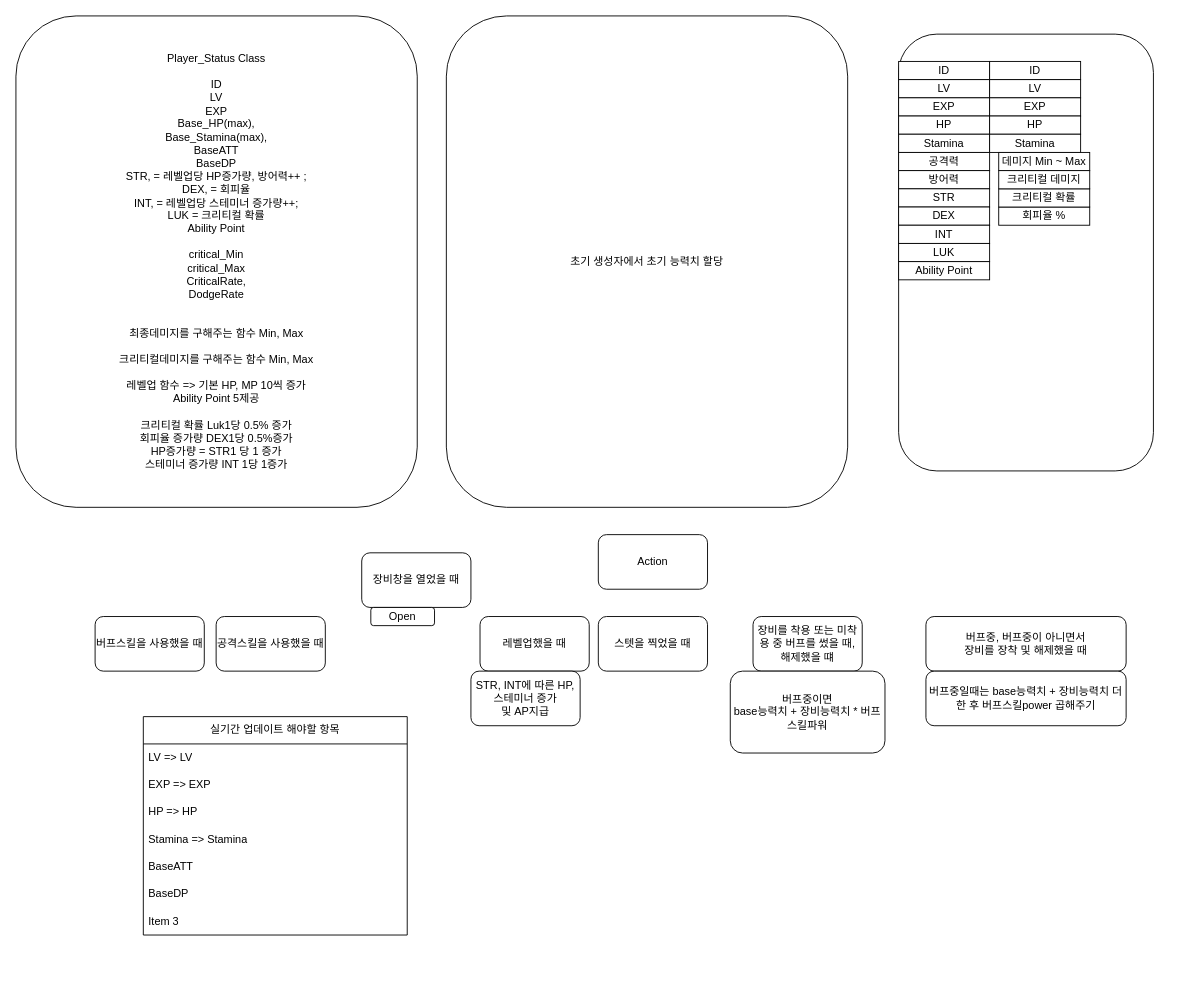
Above: 다이어그램/플레이어 Status.drawio in steelfs/JY (draw.io), before the change. Source tidied: cells renumbered, new cells numbered last; positions are measured from the earlier drawing's top-left corner, leaving out a move shared by most shapes. Both pictures are drawn from the tidied source at 91%, with x=0, y=0 at pixel (15, 15).
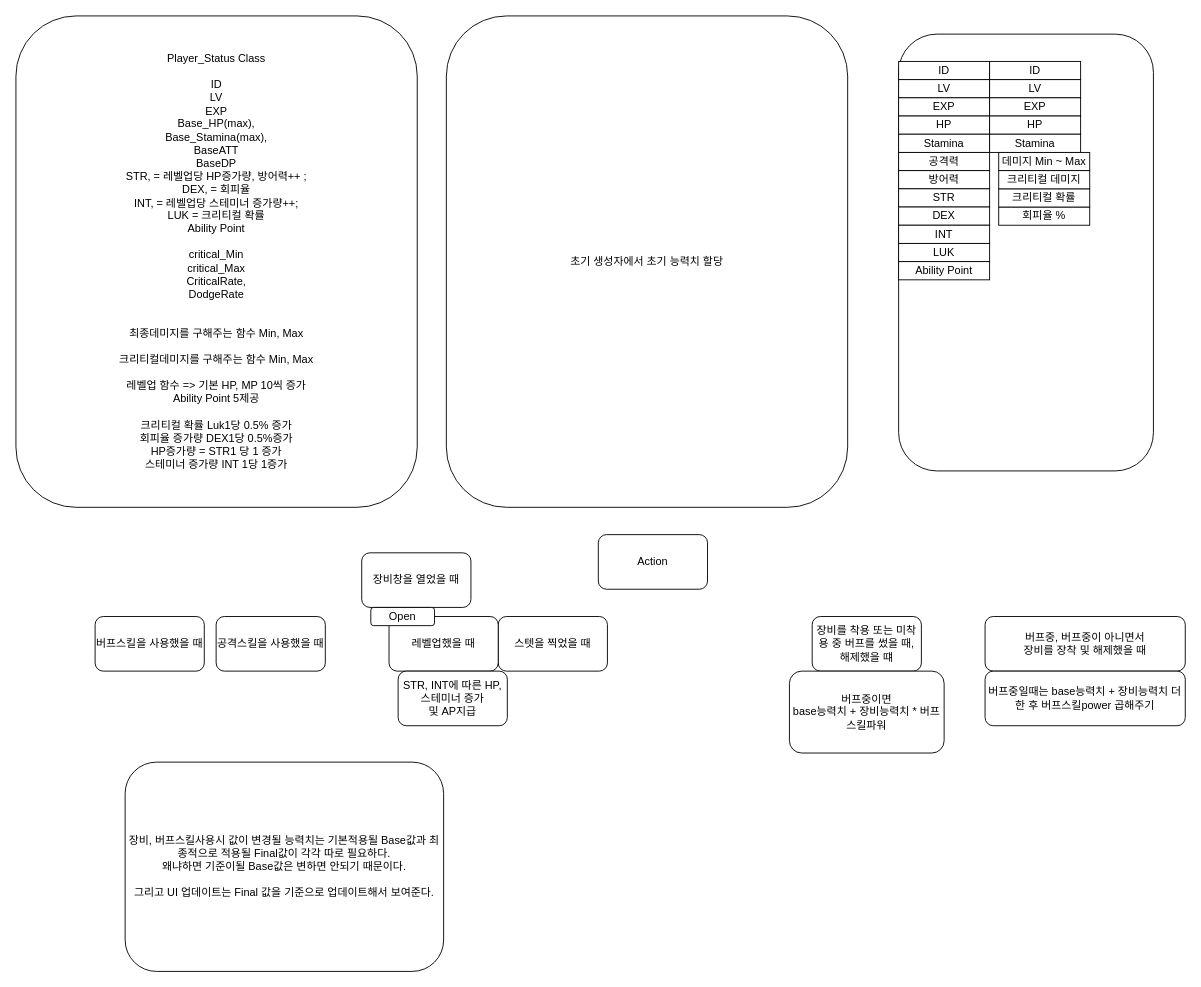
The same page after the edit.

Change to the diagram source:
```diff
@@
     <mxCell id="28" value="스텟을 찍었을 때" style="rounded=1;whiteSpace=wrap;html=1;" parent="1" vertex="1">
-      <mxGeometry x="640" y="660" width="120" height="60" as="geometry" />
+      <mxGeometry x="530" y="660" width="120" height="60" as="geometry" />
     </mxCell>
     <mxCell id="29" value="장비를 착용 또는 미착용 중 버프를 썼을 때, 해제했을 떄" style="rounded=1;whiteSpace=wrap;html=1;" parent="1" vertex="1">
-      <mxGeometry x="810" y="660" width="120" height="60" as="geometry" />
+      <mxGeometry x="875" y="660" width="120" height="60" as="geometry" />
     </mxCell>
     <mxCell id="30" value="버프중, 버프중이 아니면서&lt;br&gt;장비를 장착 및 해제했을 때" style="rounded=1;whiteSpace=wrap;html=1;" parent="1" vertex="1">
-      <mxGeometry x="1000" y="660" width="220" height="60" as="geometry" />
+      <mxGeometry x="1065" y="660" width="220" height="60" as="geometry" />
     </mxCell>
     <mxCell id="31" value="레벨업했을 때" style="rounded=1;whiteSpace=wrap;html=1;" parent="1" vertex="1">
-      <mxGeometry x="510" y="660" width="120" height="60" as="geometry" />
+      <mxGeometry x="410" y="660" width="120" height="60" as="geometry" />
     </mxCell>
@@
-    <mxCell id="34" value="실기간 업데이트 해야할 항목" style="swimlane;fontStyle=0;horizontal=1;startSize=30;whiteSpace=wrap;html=1;" parent="1" vertex="1">
-      <mxGeometry x="140" y="770" width="290" height="240" as="geometry" />
-    </mxCell>
-    <mxCell id="35" value="LV =&amp;gt; LV" style="text;strokeColor=none;fillColor=none;align=left;verticalAlign=middle;spacingLeft=4;spacingRight=4;overflow=hidden;whiteSpace=wrap;html=1;" parent="34" vertex="1">
-      <mxGeometry y="30" width="290" height="30" as="geometry" />
-    </mxCell>
-    <mxCell id="36" value="EXP =&amp;gt; EXP" style="text;strokeColor=none;fillColor=none;align=left;verticalAlign=middle;spacingLeft=4;spacingRight=4;overflow=hidden;whiteSpace=wrap;html=1;" parent="34" vertex="1">
-      <mxGeometry y="60" width="290" height="30" as="geometry" />
-    </mxCell>
-    <mxCell id="37" value="HP =&amp;gt; HP" style="text;strokeColor=none;fillColor=none;align=left;verticalAlign=middle;spacingLeft=4;spacingRight=4;overflow=hidden;whiteSpace=wrap;html=1;" parent="34" vertex="1">
-      <mxGeometry y="90" width="290" height="30" as="geometry" />
-    </mxCell>
-    <mxCell id="38" value="Stamina =&amp;gt; Stamina" style="text;strokeColor=none;fillColor=none;align=left;verticalAlign=middle;spacingLeft=4;spacingRight=4;overflow=hidden;whiteSpace=wrap;html=1;" parent="34" vertex="1">
-      <mxGeometry y="120" width="290" height="30" as="geometry" />
-    </mxCell>
-    <mxCell id="39" value="BaseATT" style="text;strokeColor=none;fillColor=none;align=left;verticalAlign=middle;spacingLeft=4;spacingRight=4;overflow=hidden;whiteSpace=wrap;html=1;" parent="34" vertex="1">
-      <mxGeometry y="150" width="290" height="30" as="geometry" />
-    </mxCell>
-    <mxCell id="40" value="BaseDP" style="text;strokeColor=none;fillColor=none;align=left;verticalAlign=middle;spacingLeft=4;spacingRight=4;overflow=hidden;whiteSpace=wrap;html=1;" parent="34" vertex="1">
-      <mxGeometry y="180" width="290" height="30" as="geometry" />
-    </mxCell>
-    <mxCell id="41" value="Item 3" style="text;strokeColor=none;fillColor=none;align=left;verticalAlign=middle;spacingLeft=4;spacingRight=4;overflow=hidden;whiteSpace=wrap;html=1;" parent="34" vertex="1">
-      <mxGeometry y="210" width="290" height="30" as="geometry" />
-    </mxCell>
     <mxCell id="42" value="버프중일때는 base능력치 + 장비능력치 더한 후 버프스킬power 곱해주기" style="rounded=1;whiteSpace=wrap;html=1;" parent="1" vertex="1">
-      <mxGeometry x="1000" y="720" width="220" height="60" as="geometry" />
+      <mxGeometry x="1065" y="720" width="220" height="60" as="geometry" />
     </mxCell>
     <mxCell id="43" value="버프중이면&lt;br&gt;base능력치 + 장비능력치 * 버프스킬파워" style="rounded=1;whiteSpace=wrap;html=1;" parent="1" vertex="1">
-      <mxGeometry x="785" y="720" width="170" height="90" as="geometry" />
+      <mxGeometry x="850" y="720" width="170" height="90" as="geometry" />
     </mxCell>
@@
     <mxCell id="45" value="STR, INT에 따른 HP, 스테미너 증가&lt;br&gt;및 AP지급" style="rounded=1;whiteSpace=wrap;html=1;" parent="1" vertex="1">
-      <mxGeometry x="500" y="720" width="120" height="60" as="geometry" />
+      <mxGeometry x="420" y="720" width="120" height="60" as="geometry" />
     </mxCell>
+    <mxCell id="46" value="장비, 버프스킬사용시 값이 변경될 능력치는 기본적용될 Base값과 최종적으로 적용될 Final값이 각각 따로 필요하다.&lt;br&gt;왜냐하면 기준이될 Base값은 변하면 안되기 때문이다.&lt;br&gt;&lt;br&gt;그리고 UI 업데이트는 Final 값을 기준으로 업데이트해서 보여준다." style="rounded=1;whiteSpace=wrap;html=1;" parent="1" vertex="1">
+      <mxGeometry x="120" y="820" width="350" height="230" as="geometry" />
+    </mxCell>
```
